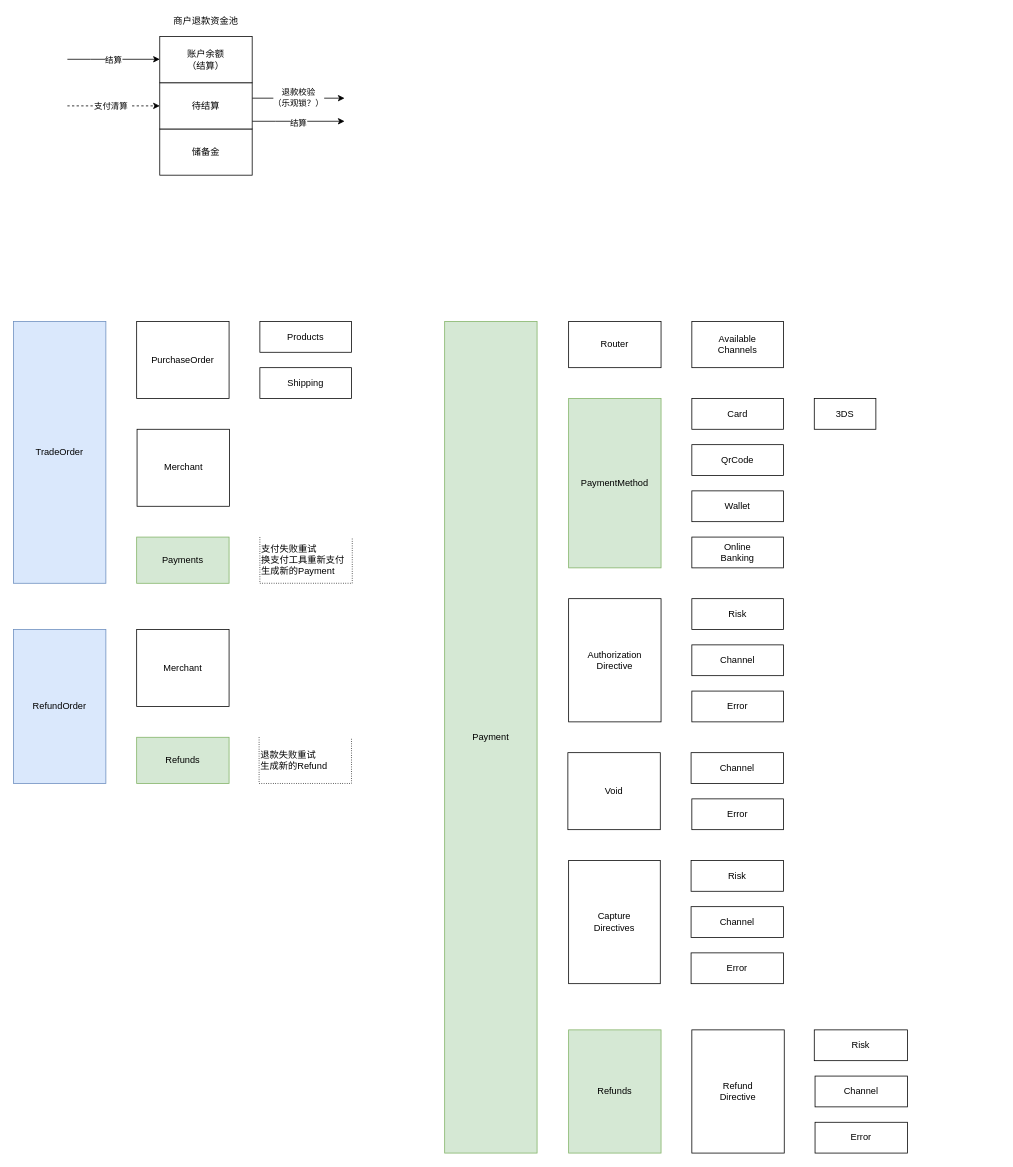
JudeSheng/design keeps this draw.io diagram as page "模型关系图" (2 of 11) of 支付架构.drawio. Above is the earlier version. Source tidied: cells renumbered, new cells numbered last; positions are measured from the earlier drawing's top-left corner, leaving out a move shared by most shapes. Both pictures are drawn from the tidied source at 77%, with x=0, y=0 at pixel (13, 13).
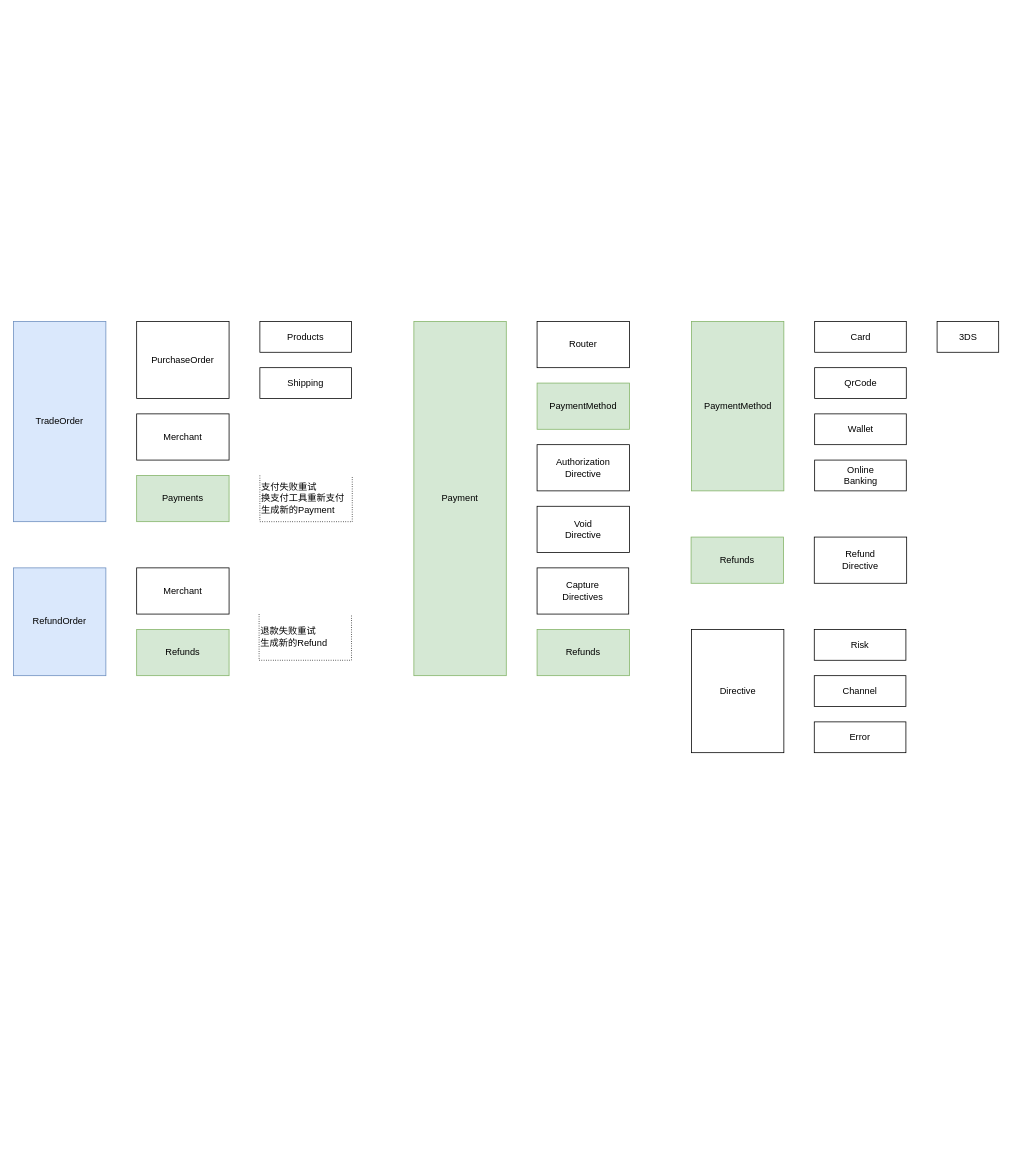
After the change.

Diff of the diagram source:
```diff
@@
-    <mxCell id="2" value="&lt;span&gt;储备金&lt;/span&gt;" style="rounded=0;whiteSpace=wrap;html=1;" parent="1" vertex="1">
-      <mxGeometry x="190" y="150" width="120" height="60" as="geometry" />
-    </mxCell>
-    <mxCell id="3" value="退款校验&lt;br&gt;（乐观锁？）" style="edgeStyle=orthogonalEdgeStyle;rounded=0;jettySize=auto;html=1;" parent="1" edge="1" source="6">
-      <mxGeometry relative="1" as="geometry">
-        <mxPoint x="430" y="110" as="targetPoint" />
-        <Array as="points">
-          <mxPoint x="430" y="110" />
-        </Array>
-      </mxGeometry>
-    </mxCell>
-    <mxCell id="4" style="edgeStyle=orthogonalEdgeStyle;rounded=0;jettySize=auto;html=1;" parent="1" edge="1" source="6">
-      <mxGeometry relative="1" as="geometry">
-        <mxPoint x="430" y="140" as="targetPoint" />
-        <Array as="points">
-          <mxPoint x="340" y="140" />
-          <mxPoint x="340" y="140" />
-        </Array>
-      </mxGeometry>
-    </mxCell>
-    <mxCell id="5" value="结算" style="edgeLabel;html=1;align=center;verticalAlign=middle;" parent="4" vertex="1">
-      <mxGeometry x="-0.02" y="-1" relative="1" as="geometry" />
-    </mxCell>
-    <mxCell id="6" value="待结算" style="rounded=0;whiteSpace=wrap;html=1;" parent="1" vertex="1">
-      <mxGeometry x="190" y="90" width="120" height="60" as="geometry" />
-    </mxCell>
-    <mxCell id="7" value="账户余额&lt;br&gt;（结算）" style="rounded=0;whiteSpace=wrap;html=1;" parent="1" vertex="1">
-      <mxGeometry x="190" y="30" width="120" height="60" as="geometry" />
-    </mxCell>
-    <mxCell id="8" value="商户退款资金池" style="text;html=1;strokeColor=none;fillColor=none;align=center;verticalAlign=middle;whiteSpace=wrap;rounded=0;" parent="1" vertex="1">
-      <mxGeometry x="205" width="90" height="20" as="geometry" />
-    </mxCell>
-    <mxCell id="9" style="endArrow=classic;html=1;dashed=1;" parent="1" edge="1" target="6">
-      <mxGeometry relative="1" as="geometry">
-        <mxPoint x="70" y="120" as="sourcePoint" />
-      </mxGeometry>
-    </mxCell>
-    <mxCell id="10" value="支付清算&amp;nbsp;" style="edgeLabel;html=1;align=center;verticalAlign=middle;" parent="9" vertex="1">
-      <mxGeometry x="-0.05" relative="1" as="geometry" />
-    </mxCell>
-    <mxCell id="11" style="edgeStyle=orthogonalEdgeStyle;rounded=0;orthogonalLoop=1;jettySize=auto;html=1;" parent="1" edge="1">
-      <mxGeometry relative="1" as="geometry">
-        <mxPoint x="70" y="59.5" as="sourcePoint" />
-        <mxPoint x="190" y="59.5" as="targetPoint" />
-        <Array as="points">
-          <mxPoint x="100" y="59.5" />
-          <mxPoint x="100" y="59.5" />
-        </Array>
-      </mxGeometry>
-    </mxCell>
-    <mxCell id="12" value="结算" style="edgeLabel;html=1;align=center;verticalAlign=middle;" parent="11" vertex="1">
-      <mxGeometry x="-0.02" y="-1" relative="1" as="geometry" />
-    </mxCell>
     <mxCell id="13" value="Payment" style="rounded=0;whiteSpace=wrap;html=1;fillColor=#d5e8d4;strokeColor=#82b366;" parent="1" vertex="1">
-      <mxGeometry x="560" y="400" width="120" height="1080" as="geometry" />
+      <mxGeometry x="520" y="400" width="120" height="460" as="geometry" />
     </mxCell>
     <mxCell id="14" value="Authorization&lt;br&gt;Directive" style="rounded=0;whiteSpace=wrap;html=1;" parent="1" vertex="1">
-      <mxGeometry x="721" y="760" width="120" height="160" as="geometry" />
+      <mxGeometry x="680" y="560" width="120" height="60" as="geometry" />
     </mxCell>
-    <mxCell id="15" value="Void" style="rounded=0;whiteSpace=wrap;html=1;" parent="1" vertex="1">
-      <mxGeometry x="720" y="960" width="120" height="100" as="geometry" />
+    <mxCell id="15" value="Void&lt;br&gt;Directive" style="rounded=0;whiteSpace=wrap;html=1;" parent="1" vertex="1">
+      <mxGeometry x="680" y="640" width="120" height="60" as="geometry" />
     </mxCell>
     <mxCell id="16" value="Capture&lt;br&gt;Directives" style="rounded=0;whiteSpace=wrap;html=1;" parent="1" vertex="1">
-      <mxGeometry x="721" y="1100" width="119" height="160" as="geometry" />
+      <mxGeometry x="680" y="720" width="119" height="60" as="geometry" />
     </mxCell>
     <mxCell id="17" value="Router" style="rounded=0;whiteSpace=wrap;html=1;" parent="1" vertex="1">
-      <mxGeometry x="721" y="400" width="120" height="60" as="geometry" />
+      <mxGeometry x="680" y="400" width="120" height="60" as="geometry" />
     </mxCell>
-    <mxCell id="18" value="Risk" style="rounded=0;whiteSpace=wrap;html=1;" parent="1" vertex="1">
-      <mxGeometry x="881" y="760" width="119" height="40" as="geometry" />
-    </mxCell>
     <mxCell id="19" value="&lt;div class=&quot;lake-content&quot;&gt;&lt;span class=&quot;ne-text&quot;&gt;PaymentMethod&lt;/span&gt;&lt;/div&gt;" style="rounded=0;whiteSpace=wrap;html=1;fillColor=#d5e8d4;strokeColor=#82b366;" parent="1" vertex="1">
-      <mxGeometry x="721" y="500" width="120" height="220" as="geometry" />
+      <mxGeometry x="880.5" y="400" width="120" height="220" as="geometry" />
     </mxCell>
     <mxCell id="20" value="Card" style="rounded=0;whiteSpace=wrap;html=1;" parent="1" vertex="1">
-      <mxGeometry x="881" y="500" width="119" height="40" as="geometry" />
+      <mxGeometry x="1040.5" y="400" width="119" height="40" as="geometry" />
     </mxCell>
     <mxCell id="21" value="3DS" style="rounded=0;whiteSpace=wrap;html=1;" parent="1" vertex="1">
-      <mxGeometry x="1040" y="500" width="80" height="40" as="geometry" />
+      <mxGeometry x="1199.5" y="400" width="80" height="40" as="geometry" />
     </mxCell>
     <mxCell id="22" value="QrCode" style="rounded=0;whiteSpace=wrap;html=1;" parent="1" vertex="1">
-      <mxGeometry x="881" y="560" width="119" height="40" as="geometry" />
+      <mxGeometry x="1040.5" y="460" width="119" height="40" as="geometry" />
     </mxCell>
-    <mxCell id="23" value="Channel" style="rounded=0;whiteSpace=wrap;html=1;" parent="1" vertex="1">
-      <mxGeometry x="881" y="820" width="119" height="40" as="geometry" />
-    </mxCell>
     <mxCell id="24" value="Wallet" style="rounded=0;whiteSpace=wrap;html=1;" parent="1" vertex="1">
-      <mxGeometry x="881" y="620" width="119" height="40" as="geometry" />
+      <mxGeometry x="1040.5" y="520" width="119" height="40" as="geometry" />
     </mxCell>
     <mxCell id="25" value="&lt;div class=&quot;lake-content&quot;&gt;&lt;p id=&quot;u03bc73b0&quot; class=&quot;ne-p&quot; style=&quot;margin: 0 ; padding: 0 ; min-height: 24px&quot;&gt;&lt;span class=&quot;ne-text&quot;&gt;Online&lt;br&gt;Banking&lt;/span&gt;&lt;/p&gt;&lt;/div&gt;" style="rounded=0;whiteSpace=wrap;html=1;" parent="1" vertex="1">
-      <mxGeometry x="881" y="680" width="119" height="40" as="geometry" />
+      <mxGeometry x="1040.5" y="580" width="119" height="40" as="geometry" />
     </mxCell>
-    <mxCell id="26" value="Available&lt;br&gt;Channels" style="rounded=0;whiteSpace=wrap;html=1;" parent="1" vertex="1">
-      <mxGeometry x="881" y="400" width="119" height="60" as="geometry" />
-    </mxCell>
-    <mxCell id="27" value="Error" style="rounded=0;whiteSpace=wrap;html=1;" parent="1" vertex="1">
-      <mxGeometry x="881" y="880" width="119" height="40" as="geometry" />
-    </mxCell>
-    <mxCell id="28" value="Channel" style="rounded=0;whiteSpace=wrap;html=1;" parent="1" vertex="1">
-      <mxGeometry x="880" y="960" width="120" height="40" as="geometry" />
-    </mxCell>
-    <mxCell id="29" value="Error" style="rounded=0;whiteSpace=wrap;html=1;" parent="1" vertex="1">
-      <mxGeometry x="881" y="1020" width="119" height="40" as="geometry" />
-    </mxCell>
-    <mxCell id="30" value="Channel" style="rounded=0;whiteSpace=wrap;html=1;" parent="1" vertex="1">
-      <mxGeometry x="880" y="1160" width="120" height="40" as="geometry" />
-    </mxCell>
-    <mxCell id="31" value="Error" style="rounded=0;whiteSpace=wrap;html=1;" parent="1" vertex="1">
-      <mxGeometry x="880" y="1220" width="120" height="40" as="geometry" />
-    </mxCell>
-    <mxCell id="32" value="Risk" style="rounded=0;whiteSpace=wrap;html=1;" parent="1" vertex="1">
-      <mxGeometry x="880" y="1100" width="120" height="40" as="geometry" />
-    </mxCell>
     <mxCell id="33" value="Refund&lt;br&gt;Directive" style="rounded=0;whiteSpace=wrap;html=1;" parent="1" vertex="1">
-      <mxGeometry x="881" y="1320" width="120" height="160" as="geometry" />
+      <mxGeometry x="1040" y="680" width="120" height="60" as="geometry" />
     </mxCell>
-    <mxCell id="34" value="Channel" style="rounded=0;whiteSpace=wrap;html=1;" parent="1" vertex="1">
-      <mxGeometry x="1041" y="1380" width="120" height="40" as="geometry" />
-    </mxCell>
-    <mxCell id="35" value="Error" style="rounded=0;whiteSpace=wrap;html=1;" parent="1" vertex="1">
-      <mxGeometry x="1041" y="1440" width="120" height="40" as="geometry" />
-    </mxCell>
-    <mxCell id="36" value="Risk" style="rounded=0;whiteSpace=wrap;html=1;" parent="1" vertex="1">
-      <mxGeometry x="1040" y="1320" width="121" height="40" as="geometry" />
-    </mxCell>
     <mxCell id="37" value="&lt;div class=&quot;lake-content&quot;&gt;TradeOrder&lt;/div&gt;" style="rounded=0;whiteSpace=wrap;html=1;fillColor=#dae8fc;strokeColor=#6c8ebf;" parent="1" vertex="1">
-      <mxGeometry y="400" width="120" height="340" as="geometry" />
+      <mxGeometry y="400" width="120" height="260" as="geometry" />
     </mxCell>
@@
     <mxCell id="41" value="Merchant" style="rounded=0;whiteSpace=wrap;html=1;" parent="1" vertex="1">
-      <mxGeometry x="160.5" y="540" width="120" height="100" as="geometry" />
+      <mxGeometry x="160" y="520" width="120" height="60" as="geometry" />
     </mxCell>
     <mxCell id="42" value="Payments" style="rounded=0;whiteSpace=wrap;html=1;fillColor=#d5e8d4;strokeColor=#82b366;" parent="1" vertex="1">
-      <mxGeometry x="160" y="680" width="120" height="60" as="geometry" />
+      <mxGeometry x="160" y="600" width="120" height="60" as="geometry" />
     </mxCell>
     <mxCell id="43" value="&lt;div class=&quot;lake-content&quot;&gt;RefundOrder&lt;/div&gt;" style="rounded=0;whiteSpace=wrap;html=1;fillColor=#dae8fc;strokeColor=#6c8ebf;" parent="1" vertex="1">
-      <mxGeometry y="800" width="120" height="200" as="geometry" />
+      <mxGeometry y="720" width="120" height="140" as="geometry" />
     </mxCell>
     <mxCell id="44" value="Merchant" style="rounded=0;whiteSpace=wrap;html=1;" parent="1" vertex="1">
-      <mxGeometry x="160" y="800" width="120" height="100" as="geometry" />
+      <mxGeometry x="160" y="720" width="120" height="60" as="geometry" />
     </mxCell>
     <mxCell id="45" value="Refunds" style="rounded=0;whiteSpace=wrap;html=1;fillColor=#d5e8d4;strokeColor=#82b366;" parent="1" vertex="1">
-      <mxGeometry x="160" y="940" width="120" height="60" as="geometry" />
+      <mxGeometry x="160" y="800" width="120" height="60" as="geometry" />
     </mxCell>
     <mxCell id="46" value="支付失败重试&lt;br&gt;换支付工具重新支付&lt;br&gt;生成新的Payment" style="strokeWidth=1;html=1;shape=mxgraph.flowchart.annotation_1;align=left;direction=north;dashed=1;dashPattern=1 2;labelBackgroundColor=none;fontColor=#000000;fillColor=#D4E1F5;" parent="1" vertex="1">
-      <mxGeometry x="320" y="680" width="120" height="60" as="geometry" />
+      <mxGeometry x="320" y="600" width="120" height="60" as="geometry" />
     </mxCell>
     <mxCell id="47" value="Refunds" style="rounded=0;whiteSpace=wrap;html=1;fillColor=#d5e8d4;strokeColor=#82b366;" parent="1" vertex="1">
-      <mxGeometry x="721" y="1320" width="120" height="160" as="geometry" />
+      <mxGeometry x="880" y="680" width="120" height="60" as="geometry" />
     </mxCell>
     <mxCell id="48" value="退款失败重试&lt;br&gt;生成新的Refund" style="strokeWidth=1;html=1;shape=mxgraph.flowchart.annotation_1;align=left;direction=north;dashed=1;dashPattern=1 2;labelBackgroundColor=none;fontColor=#000000;fillColor=#D4E1F5;" parent="1" vertex="1">
-      <mxGeometry x="319" y="940" width="120" height="60" as="geometry" />
+      <mxGeometry x="319" y="780" width="120" height="60" as="geometry" />
     </mxCell>
+    <mxCell id="49" value="&lt;div class=&quot;lake-content&quot;&gt;&lt;span class=&quot;ne-text&quot;&gt;PaymentMethod&lt;/span&gt;&lt;/div&gt;" style="rounded=0;whiteSpace=wrap;html=1;fillColor=#d5e8d4;strokeColor=#82b366;" parent="1" vertex="1">
+      <mxGeometry x="680" y="480" width="120" height="60" as="geometry" />
+    </mxCell>
+    <mxCell id="50" value="Directive" style="rounded=0;whiteSpace=wrap;html=1;" parent="1" vertex="1">
+      <mxGeometry x="880.5" y="800" width="120" height="160" as="geometry" />
+    </mxCell>
+    <mxCell id="51" value="Risk" style="rounded=0;whiteSpace=wrap;html=1;" parent="1" vertex="1">
+      <mxGeometry x="1040" y="800" width="119" height="40" as="geometry" />
+    </mxCell>
+    <mxCell id="52" value="Channel" style="rounded=0;whiteSpace=wrap;html=1;" parent="1" vertex="1">
+      <mxGeometry x="1040" y="860" width="119" height="40" as="geometry" />
+    </mxCell>
+    <mxCell id="53" value="Error" style="rounded=0;whiteSpace=wrap;html=1;" parent="1" vertex="1">
+      <mxGeometry x="1040" y="920" width="119" height="40" as="geometry" />
+    </mxCell>
+    <mxCell id="54" value="Refunds" style="rounded=0;whiteSpace=wrap;html=1;fillColor=#d5e8d4;strokeColor=#82b366;" parent="1" vertex="1">
+      <mxGeometry x="680" y="800" width="120" height="60" as="geometry" />
+    </mxCell>
```
